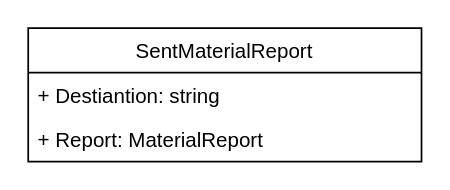
Before: Assets/UML_Diagrams/SentMaterialReport.drawio in ProgramacionII-Equipo3/Proyecto, a draw.io diagram. Source tidied: cells renumbered, new cells numbered last; positions are measured from the earlier drawing's top-left corner, leaving out a move shared by most shapes. Both pictures are drawn from the tidied source at 171%, with x=0, y=0 at pixel (27, 27).
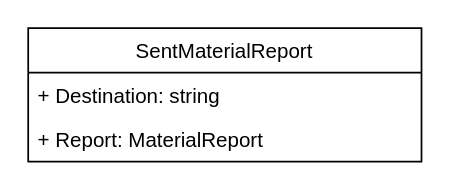
The same diagram, later.

Diff of the diagram source:
```diff
@@
 <mxGraphModel>
   <root>
     <mxCell id="0" />
     <mxCell id="1" parent="0" />
     <mxCell id="2" value="SentMaterialReport" style="swimlane;fontStyle=0;horizontal=1;startSize=26;fillColor=none;" parent="1" vertex="1">
       <mxGeometry width="230" height="78" as="geometry" />
     </mxCell>
-    <mxCell id="3" value="+ Destiantion: string" style="text;strokeColor=none;fillColor=none;align=left;verticalAlign=top;spacingLeft=4;spacingRight=4;overflow=hidden;" parent="2" vertex="1">
+    <mxCell id="3" value="+ Destination: string" style="text;strokeColor=none;fillColor=none;align=left;verticalAlign=top;spacingLeft=4;spacingRight=4;overflow=hidden;" parent="2" vertex="1">
       <mxGeometry y="26" width="230" height="26" as="geometry" />
     </mxCell>
     <mxCell id="4" value="+ Report: MaterialReport" style="text;strokeColor=none;fillColor=none;align=left;verticalAlign=top;spacingLeft=4;spacingRight=4;overflow=hidden;" parent="2" vertex="1">
       <mxGeometry y="52" width="230" height="26" as="geometry" />
     </mxCell>
   </root>
 </mxGraphModel>
```
